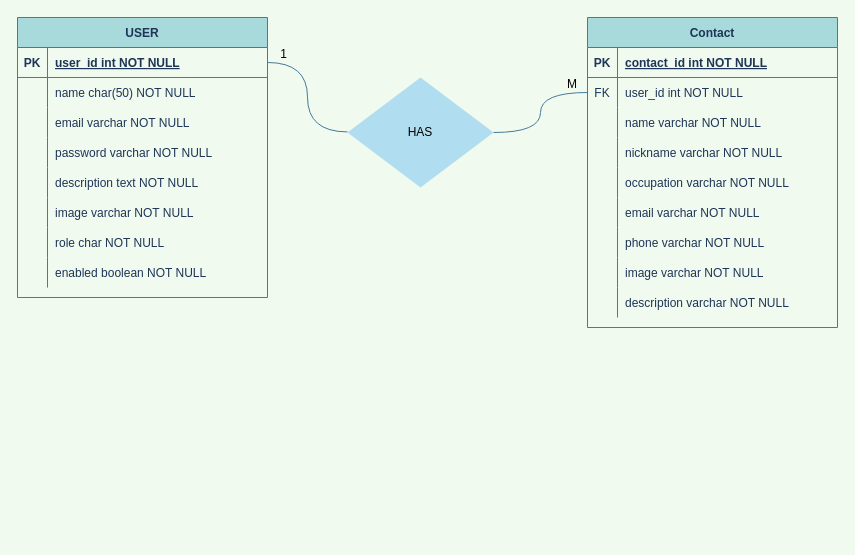
This is smart-contact-er-diagram.drawio from chetanguptamrt/smart-contact-manager-spring-boot, a draw.io file, before an edit. Source tidied: cells renumbered, new cells numbered last; positions are measured from the earlier drawing's top-left corner, leaving out a move shared by most shapes. Both pictures are drawn from the tidied source at 100%, with x=0, y=0 at pixel (17, 17).
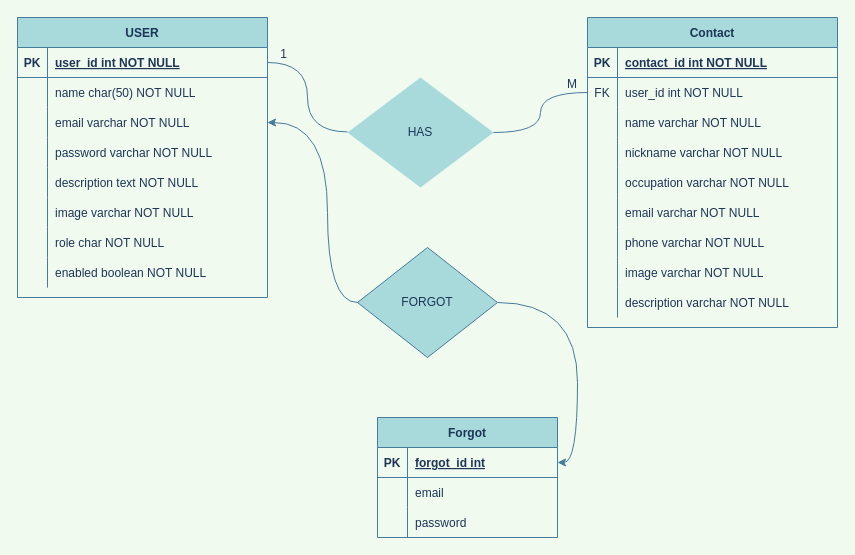
After the change.

Unchanged cells that the change refers to:
```xml
<mxCell id="6" style="shape=partialRectangle;fillColor=none;points=[[0,0.5],[1,0.5]];portConstraint=eastwest;top=0;left=0;right=0;bottom=0;strokeColor=#457B9D;fontColor=#1D3557;" parent="2" vertex="1">
  <mxGeometry y="60" width="250" height="30" as="geometry" />
</mxCell>
<mxCell id="31" style="shape=partialRectangle;fillColor=none;points=[[0,0.5],[1,0.5]];portConstraint=eastwest;top=0;left=0;right=0;bottom=1;strokeColor=#457B9D;fontColor=#1D3557;" parent="30" vertex="1">
  <mxGeometry y="30" width="250" height="30" as="geometry" />
</mxCell>
<mxCell id="37" style="shape=partialRectangle;fillColor=none;points=[[0,0.5],[1,0.5]];portConstraint=eastwest;top=0;left=0;right=0;bottom=0;strokeColor=#457B9D;fontColor=#1D3557;" parent="30" vertex="1">
  <mxGeometry y="90" width="250" height="30" as="geometry" />
</mxCell>
```

The edit, as a diff of the source:
```diff
@@
-    <mxCell id="55" value="HAS" style="shape=rhombus;perimeter=rhombusPerimeter;whiteSpace=wrap;html=1;align=center;fillColor=#b1ddf0;strokeColor=none;rounded=0;shadow=0;sketch=0;" parent="1" vertex="1">
+    <mxCell id="55" value="HAS" style="shape=rhombus;perimeter=rhombusPerimeter;whiteSpace=wrap;html=1;align=center;fillColor=#A8DADC;strokeColor=none;rounded=0;shadow=0;sketch=0;fontColor=#1D3557;" parent="1" vertex="1">
       <mxGeometry x="330" y="60" width="146" height="110" as="geometry" />
     </mxCell>
-    <mxCell id="56" style="endArrow=none;html=1;rounded=0;fontColor=#1D3557;strokeColor=#457B9D;fillColor=#A8DADC;edgeStyle=orthogonalEdgeStyle;curved=1;entryX=1;entryY=0.5;entryDx=0;entryDy=0;" parent="1" edge="1" target="31">
+    <mxCell id="56" style="endArrow=none;html=1;rounded=0;fontColor=#1D3557;strokeColor=#457B9D;fillColor=#A8DADC;edgeStyle=orthogonalEdgeStyle;curved=1;entryX=1;entryY=0.5;entryDx=0;entryDy=0;labelBackgroundColor=#F1FAEE;" parent="1" edge="1" target="31">
       <mxGeometry relative="1" as="geometry">
         <mxPoint x="330" y="114.4" as="sourcePoint" />
         <Array as="points">
           <mxPoint x="290" y="114" />
           <mxPoint x="290" y="45" />
         </Array>
       </mxGeometry>
     </mxCell>
-    <mxCell id="57" value="1" style="html=1;align=right;verticalAlign=bottom;" parent="56" vertex="1">
+    <mxCell id="57" value="1" style="html=1;align=right;verticalAlign=bottom;fillColor=#A8DADC;strokeColor=#457B9D;fontColor=#1D3557;" parent="56" vertex="1">
       <mxGeometry x="1" relative="1" as="geometry">
         <mxPoint x="20" as="offset" />
       </mxGeometry>
     </mxCell>
-    <mxCell id="58" style="endArrow=none;html=1;rounded=0;fontColor=#1D3557;strokeColor=#457B9D;fillColor=#A8DADC;exitX=1;exitY=0.5;exitDx=0;exitDy=0;entryX=0;entryY=0.5;entryDx=0;entryDy=0;edgeStyle=orthogonalEdgeStyle;curved=1;" parent="1" edge="1" source="55" target="6">
+    <mxCell id="58" style="endArrow=none;html=1;rounded=0;fontColor=#1D3557;strokeColor=#457B9D;fillColor=#A8DADC;exitX=1;exitY=0.5;exitDx=0;exitDy=0;entryX=0;entryY=0.5;entryDx=0;entryDy=0;edgeStyle=orthogonalEdgeStyle;curved=1;labelBackgroundColor=#F1FAEE;" parent="1" edge="1" source="55" target="6">
       <mxGeometry relative="1" as="geometry" />
     </mxCell>
-    <mxCell id="59" value="M" style="html=1;align=right;verticalAlign=bottom;" parent="58" vertex="1">
+    <mxCell id="59" value="M" style="html=1;align=right;verticalAlign=bottom;fillColor=#A8DADC;strokeColor=#457B9D;fontColor=#1D3557;" parent="58" vertex="1">
       <mxGeometry x="1" relative="1" as="geometry">
         <mxPoint x="-10" as="offset" />
       </mxGeometry>
     </mxCell>
+    <mxCell id="60" value="Forgot" style="shape=table;startSize=30;childLayout=tableLayout;rowLines=0;fontStyle=1;align=center;fillColor=#A8DADC;strokeColor=#457B9D;fontColor=#1D3557;" parent="1" vertex="1">
+      <mxGeometry x="360" y="400" width="180" height="120" as="geometry" />
+    </mxCell>
+    <mxCell id="61" style="shape=partialRectangle;fillColor=none;top=0;left=0;bottom=1;right=0;points=[[0,0.5],[1,0.5]];portConstraint=eastwest;strokeColor=#457B9D;fontColor=#1D3557;" parent="60" vertex="1">
+      <mxGeometry y="30" width="180" height="30" as="geometry" />
+    </mxCell>
+    <mxCell id="62" value="PK" style="shape=partialRectangle;fillColor=none;top=0;left=0;bottom=0;right=0;fontStyle=1;overflow=hidden;strokeColor=#457B9D;fontColor=#1D3557;" parent="61" vertex="1">
+      <mxGeometry width="30" height="30" as="geometry" />
+    </mxCell>
+    <mxCell id="63" value="forgot_id int" style="shape=partialRectangle;fillColor=none;top=0;left=0;bottom=0;right=0;align=left;spacingLeft=6;fontStyle=5;overflow=hidden;strokeColor=#457B9D;fontColor=#1D3557;" parent="61" vertex="1">
+      <mxGeometry x="30" width="150" height="30" as="geometry" />
+    </mxCell>
+    <mxCell id="64" style="shape=partialRectangle;fillColor=none;top=0;left=0;bottom=0;right=0;strokeColor=#457B9D;fontColor=#1D3557;" parent="60" vertex="1">
+      <mxGeometry y="60" width="180" height="30" as="geometry" />
+    </mxCell>
+    <mxCell id="65" style="shape=partialRectangle;fillColor=none;top=0;left=0;bottom=0;right=0;overflow=hidden;strokeColor=#457B9D;fontColor=#1D3557;" parent="64" vertex="1">
+      <mxGeometry width="30" height="30" as="geometry" />
+    </mxCell>
+    <mxCell id="66" value="email" style="shape=partialRectangle;fillColor=none;top=0;left=0;bottom=0;right=0;align=left;spacingLeft=6;overflow=hidden;strokeColor=#457B9D;fontColor=#1D3557;" parent="64" vertex="1">
+      <mxGeometry x="30" width="150" height="30" as="geometry" />
+    </mxCell>
+    <mxCell id="67" style="shape=partialRectangle;fillColor=none;top=0;left=0;bottom=0;right=0;strokeColor=#457B9D;fontColor=#1D3557;" parent="60" vertex="1">
+      <mxGeometry y="90" width="180" height="30" as="geometry" />
+    </mxCell>
+    <mxCell id="68" style="shape=partialRectangle;fillColor=none;top=0;left=0;bottom=0;right=0;overflow=hidden;strokeColor=#457B9D;fontColor=#1D3557;" parent="67" vertex="1">
+      <mxGeometry width="30" height="30" as="geometry" />
+    </mxCell>
+    <mxCell id="69" value="password" style="shape=partialRectangle;fillColor=none;top=0;left=0;bottom=0;right=0;align=left;spacingLeft=6;overflow=hidden;strokeColor=#457B9D;fontColor=#1D3557;" parent="67" vertex="1">
+      <mxGeometry x="30" width="150" height="30" as="geometry" />
+    </mxCell>
+    <mxCell id="70" style="edgeStyle=orthogonalEdgeStyle;curved=1;rounded=1;sketch=0;jettySize=auto;html=1;exitX=1;exitY=0.5;exitDx=0;exitDy=0;entryX=1;entryY=0.5;entryDx=0;entryDy=0;fontColor=#1D3557;strokeColor=#457B9D;fillColor=#A8DADC;" parent="1" edge="1" source="72" target="61">
+      <mxGeometry relative="1" as="geometry" />
+    </mxCell>
+    <mxCell id="71" style="edgeStyle=orthogonalEdgeStyle;curved=1;rounded=1;sketch=0;jettySize=auto;html=1;fontColor=#1D3557;strokeColor=#457B9D;fillColor=#A8DADC;" parent="1" edge="1" source="72" target="37">
+      <mxGeometry relative="1" as="geometry">
+        <Array as="points">
+          <mxPoint x="310" y="285" />
+          <mxPoint x="310" y="105" />
+        </Array>
+      </mxGeometry>
+    </mxCell>
+    <mxCell id="72" value="FORGOT" style="shape=rhombus;perimeter=rhombusPerimeter;whiteSpace=wrap;html=1;align=center;rounded=0;sketch=0;fontColor=#1D3557;strokeColor=#457B9D;fillColor=#A8DADC;" parent="1" vertex="1">
+      <mxGeometry x="340" y="230" width="140" height="110" as="geometry" />
+    </mxCell>
```
